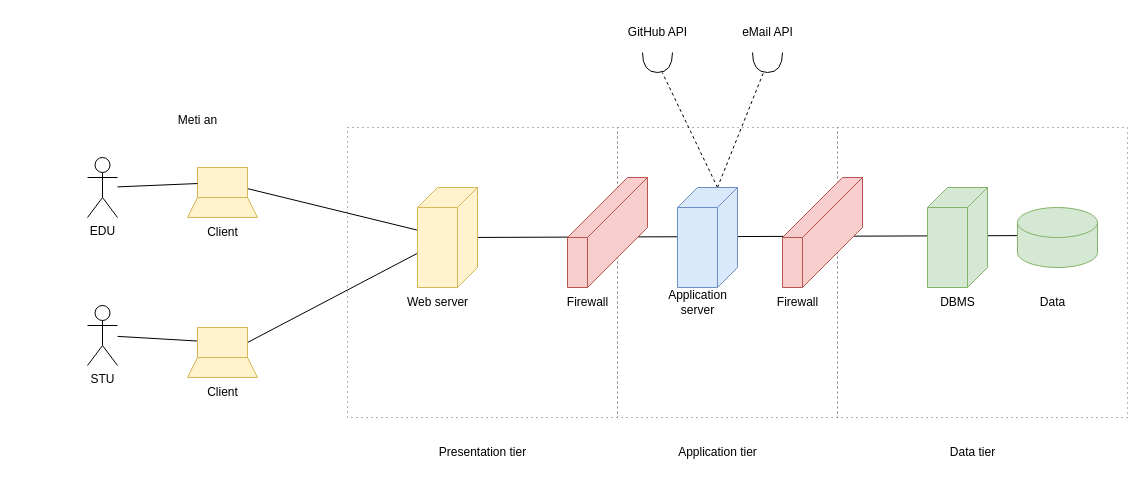
Above: page "High level components" (1 of 9) of DD/images/diagrams/chapter2.drawio in pontig/sw-eng-2-PasiniPontiggiaStasi (draw.io), before the change. Source tidied: cells renumbered, new cells numbered last; positions are measured from the earlier drawing's top-left corner, leaving out a move shared by most shapes. Both pictures are drawn from the tidied source at 100%, with x=0, y=0 at pixel (87, 17).
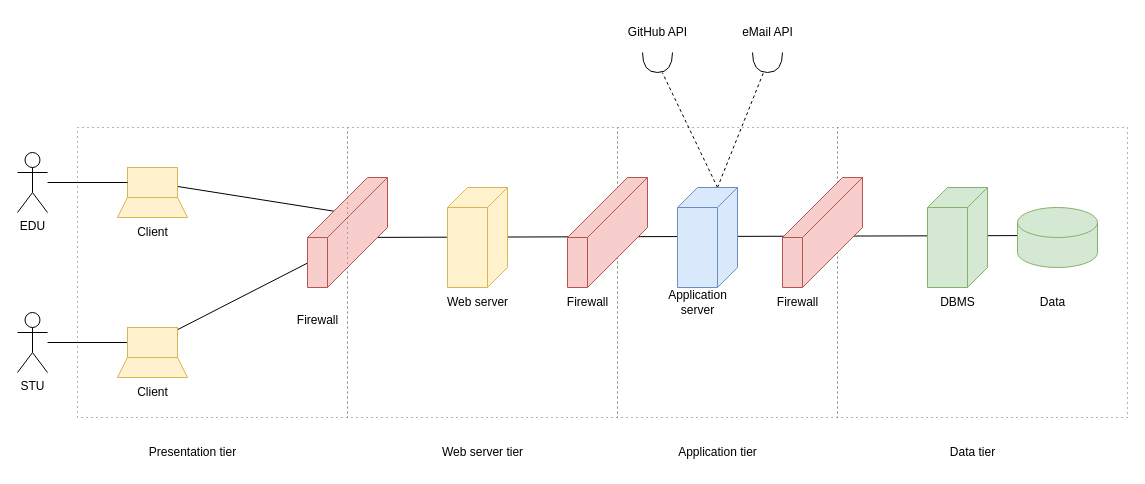
After the change.

The edit, as a diff of the source:
```diff
@@
+    <mxCell id="5" style="rounded=0;whiteSpace=wrap;html=1;fillColor=none;fontColor=#333333;strokeColor=#666666;dashed=1;dashPattern=1 4;" parent="1" vertex="1">
+      <mxGeometry x="260" y="110" width="270" height="290" as="geometry" />
+    </mxCell>
-    <mxCell id="2" style="endArrow=none;html=1;rounded=0;" parent="1" edge="1">
+    <mxCell id="2" style="endArrow=none;html=1;rounded=0;exitX=0.545;exitY=0.375;exitDx=0;exitDy=0;exitPerimeter=0;" parent="1" edge="1" source="42">
       <mxGeometry relative="1" as="geometry">
-        <mxPoint x="370" y="220" as="sourcePoint" />
         <mxPoint x="960" y="218" as="targetPoint" />
       </mxGeometry>
     </mxCell>
@@
-    <mxCell id="5" style="rounded=0;whiteSpace=wrap;html=1;fillColor=none;fontColor=#333333;strokeColor=#666666;dashed=1;dashPattern=1 4;" parent="1" vertex="1">
-      <mxGeometry x="260" y="110" width="270" height="290" as="geometry" />
-    </mxCell>
@@
-    <mxCell id="12" style="rounded=0;jettySize=auto;html=1;endArrow=none;endFill=0;" parent="1" edge="1" source="13" target="37">
-      <mxGeometry relative="1" as="geometry" />
-    </mxCell>
+    <mxCell id="40" style="rounded=0;jettySize=auto;html=1;endArrow=none;endFill=0;entryX=0.369;entryY=0.125;entryDx=0;entryDy=0;entryPerimeter=0;" parent="1" edge="1" source="13" target="42">
+      <mxGeometry relative="1" as="geometry" />
+    </mxCell>
     <mxCell id="13" style="whiteSpace=wrap;html=1;fillColor=#fff2cc;strokeColor=#d6b656;" parent="1" vertex="1">
-      <mxGeometry x="110" y="150" width="50" height="30" as="geometry" />
+      <mxGeometry x="40" y="150" width="50" height="30" as="geometry" />
     </mxCell>
     <mxCell id="14" style="shape=trapezoid;perimeter=trapezoidPerimeter;whiteSpace=wrap;html=1;fixedSize=1;fillColor=#fff2cc;strokeColor=#d6b656;size=10;" parent="1" vertex="1">
-      <mxGeometry x="100" y="180" width="70" height="20" as="geometry" />
+      <mxGeometry x="30" y="180" width="70" height="20" as="geometry" />
     </mxCell>
     <mxCell id="15" value="Client" style="text;html=1;align=center;verticalAlign=middle;strokeColor=none;fillColor=none;" parent="1" vertex="1">
-      <mxGeometry x="110" y="200" width="50" height="30" as="geometry" />
+      <mxGeometry x="40" y="200" width="50" height="30" as="geometry" />
     </mxCell>
@@
     <mxCell id="23" value="EDU" style="shape=umlActor;verticalLabelPosition=bottom;verticalAlign=top;html=1;outlineConnect=0;" parent="1" vertex="1">
-      <mxGeometry y="140" width="30" height="60" as="geometry" />
+      <mxGeometry x="-70" y="135" width="30" height="60" as="geometry" />
     </mxCell>
@@
     <mxCell id="25" value="STU" style="shape=umlActor;verticalLabelPosition=bottom;verticalAlign=top;html=1;outlineConnect=0;" parent="1" vertex="1">
-      <mxGeometry y="288" width="30" height="60" as="geometry" />
+      <mxGeometry x="-70" y="295" width="30" height="60" as="geometry" />
     </mxCell>
-    <mxCell id="26" value="Presentation tier" style="text;html=1;align=center;verticalAlign=middle;strokeColor=none;fillColor=none;" parent="1" vertex="1">
-      <mxGeometry x="340" y="420" width="110" height="30" as="geometry" />
+    <mxCell id="26" value="Web server tier" style="text;html=1;align=center;verticalAlign=middle;strokeColor=none;fillColor=none;" parent="1" vertex="1">
+      <mxGeometry x="345" y="420" width="100" height="30" as="geometry" />
     </mxCell>
@@
-    <mxCell id="33" style="rounded=0;jettySize=auto;html=1;endArrow=none;endFill=0;exitX=1;exitY=0.5;exitDx=0;exitDy=0;" parent="1" edge="1" source="34" target="37">
-      <mxGeometry relative="1" as="geometry" />
-    </mxCell>
+    <mxCell id="41" style="rounded=0;jettySize=auto;html=1;endArrow=none;endFill=0;entryX=0.545;entryY=0.375;entryDx=0;entryDy=0;entryPerimeter=0;" parent="1" edge="1" source="34" target="42">
+      <mxGeometry relative="1" as="geometry" />
+    </mxCell>
     <mxCell id="34" style="whiteSpace=wrap;html=1;fillColor=#fff2cc;strokeColor=#d6b656;" parent="1" vertex="1">
-      <mxGeometry x="110" y="310" width="50" height="30" as="geometry" />
+      <mxGeometry x="40" y="310" width="50" height="30" as="geometry" />
     </mxCell>
     <mxCell id="35" style="shape=trapezoid;perimeter=trapezoidPerimeter;whiteSpace=wrap;html=1;fixedSize=1;fillColor=#fff2cc;strokeColor=#d6b656;size=10;" parent="1" vertex="1">
-      <mxGeometry x="100" y="340" width="70" height="20" as="geometry" />
+      <mxGeometry x="30" y="340" width="70" height="20" as="geometry" />
     </mxCell>
     <mxCell id="36" value="Client" style="text;html=1;align=center;verticalAlign=middle;strokeColor=none;fillColor=none;" parent="1" vertex="1">
-      <mxGeometry x="110" y="360" width="50" height="30" as="geometry" />
+      <mxGeometry x="40" y="360" width="50" height="30" as="geometry" />
     </mxCell>
     <mxCell id="37" style="verticalAlign=top;align=left;spacingTop=8;spacingLeft=2;spacingRight=12;shape=cube;size=20;direction=south;fontStyle=4;html=1;whiteSpace=wrap;fillColor=#fff2cc;strokeColor=#d6b656;" parent="1" vertex="1">
-      <mxGeometry x="330" y="170" width="60" height="100" as="geometry" />
+      <mxGeometry x="360" y="170" width="60" height="100" as="geometry" />
     </mxCell>
     <mxCell id="38" value="Web server" style="text;html=1;align=center;verticalAlign=middle;strokeColor=none;fillColor=none;" parent="1" vertex="1">
-      <mxGeometry x="310" y="270" width="80" height="30" as="geometry" />
+      <mxGeometry x="350" y="270" width="80" height="30" as="geometry" />
     </mxCell>
-    <mxCell id="39" value="Meti an&lt;br&gt;" style="text;html=1;align=center;verticalAlign=middle;strokeColor=none;fillColor=none;" parent="1" vertex="1">
-      <mxGeometry x="80" y="88" width="60" height="30" as="geometry" />
-    </mxCell>
+    <mxCell id="42" style="verticalAlign=top;align=left;spacingTop=8;spacingLeft=2;spacingRight=12;shape=cube;size=60;direction=south;fontStyle=4;html=1;whiteSpace=wrap;fillStyle=auto;fillColor=#f8cecc;strokeColor=#b85450;" parent="1" vertex="1">
+      <mxGeometry x="220" y="160" width="80" height="110" as="geometry" />
+    </mxCell>
+    <mxCell id="43" value="Firewall" style="text;html=1;align=center;verticalAlign=middle;strokeColor=none;fillColor=none;" parent="1" vertex="1">
+      <mxGeometry x="200" y="288" width="60" height="30" as="geometry" />
+    </mxCell>
+    <mxCell id="44" style="rounded=0;whiteSpace=wrap;html=1;fillColor=none;fontColor=#333333;strokeColor=#666666;dashed=1;dashPattern=1 4;" parent="1" vertex="1">
+      <mxGeometry x="-10" y="110" width="270" height="290" as="geometry" />
+    </mxCell>
+    <mxCell id="45" value="Presentation tier" style="text;html=1;align=center;verticalAlign=middle;strokeColor=none;fillColor=none;" parent="1" vertex="1">
+      <mxGeometry x="50" y="420" width="110" height="30" as="geometry" />
+    </mxCell>
```
